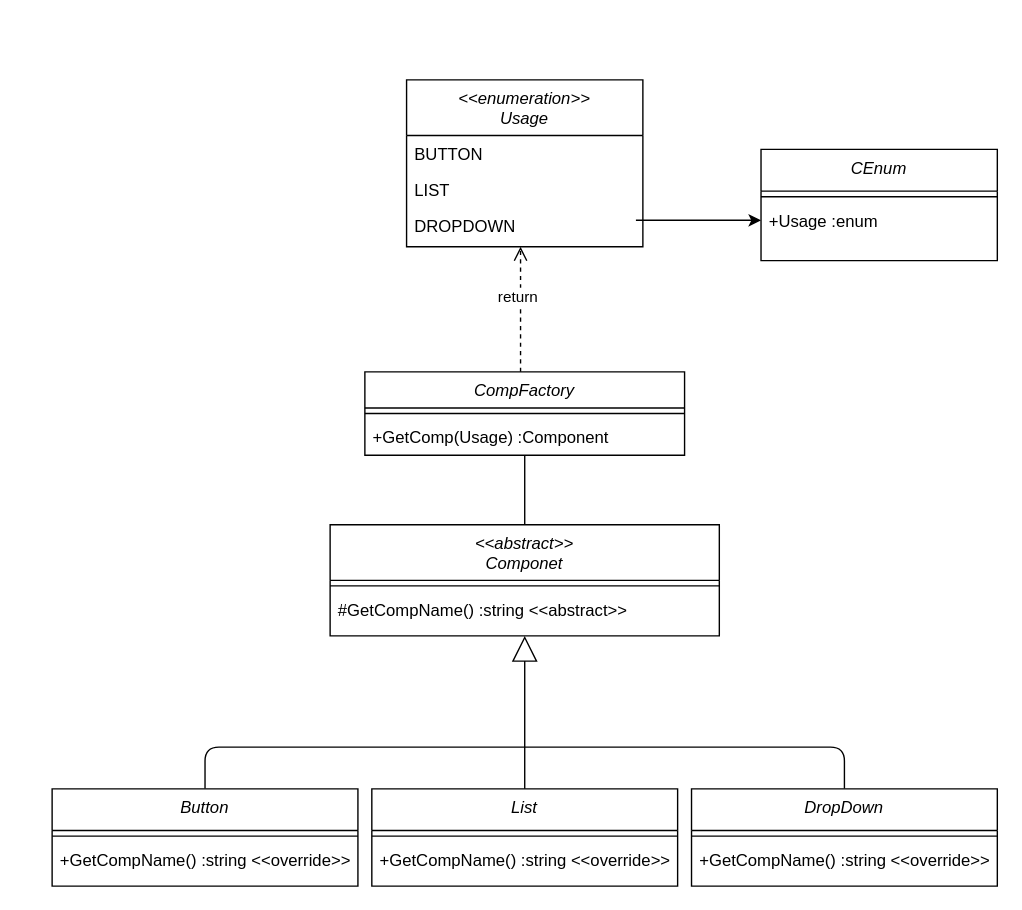
The draw.io diagram page "FactoryMethod" (8 of 9) of Class Diagram.drawio in seongguk92/DesignPatternExample, before the edit. Source tidied: cells renumbered, new cells numbered last; positions are measured from the earlier drawing's top-left corner, leaving out a move shared by most shapes. Both pictures are drawn from the tidied source at 139%, with x=0, y=0 at pixel (51, 79).
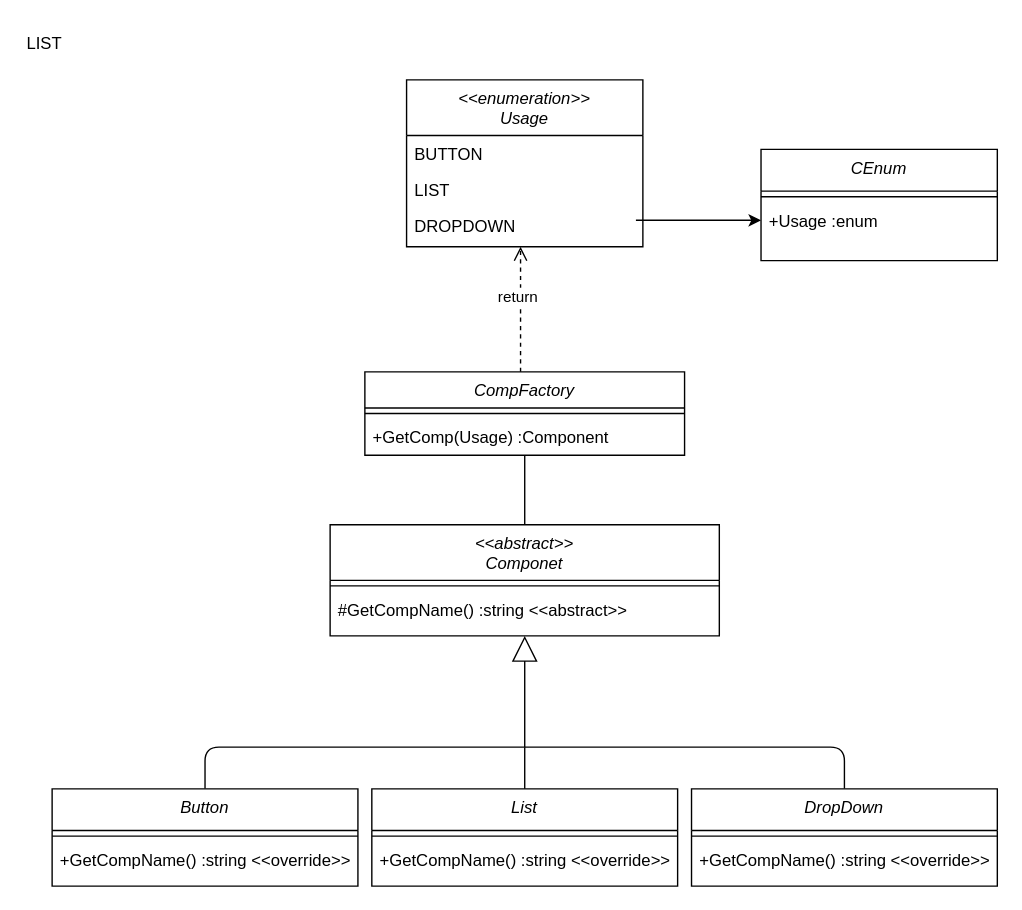
The same page after the edit.

What changed in the source:
```diff
@@
+    <mxCell id="31" value="LIST" style="text;whiteSpace=wrap;html=1;" parent="1" vertex="1">
+      <mxGeometry x="-20" y="-40" width="50" height="30" as="geometry" />
+    </mxCell>
```
